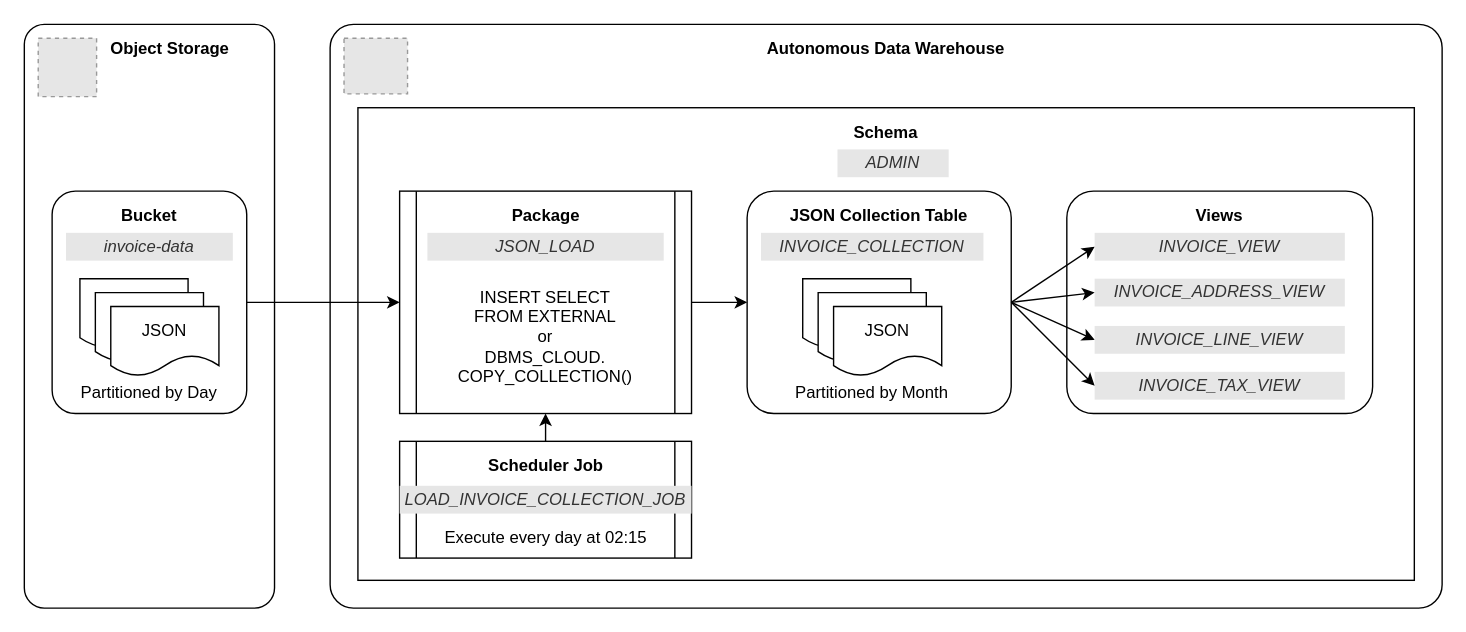
Earlier version of the draw.io diagram page "pipeline" (2 of 4) of images/2024-11-08-json-analysis/2024-11-08-json-analysis.drawio (JakubIllner/jakubillner.github.io). Source tidied: cells renumbered, new cells numbered last; positions are measured from the earlier drawing's top-left corner, leaving out a move shared by most shapes. Both pictures are drawn from the tidied source at 139%, with x=0, y=0 at pixel (24, 24). Pictures stored in the file or linked from it are replaced by grey dashed boxes.
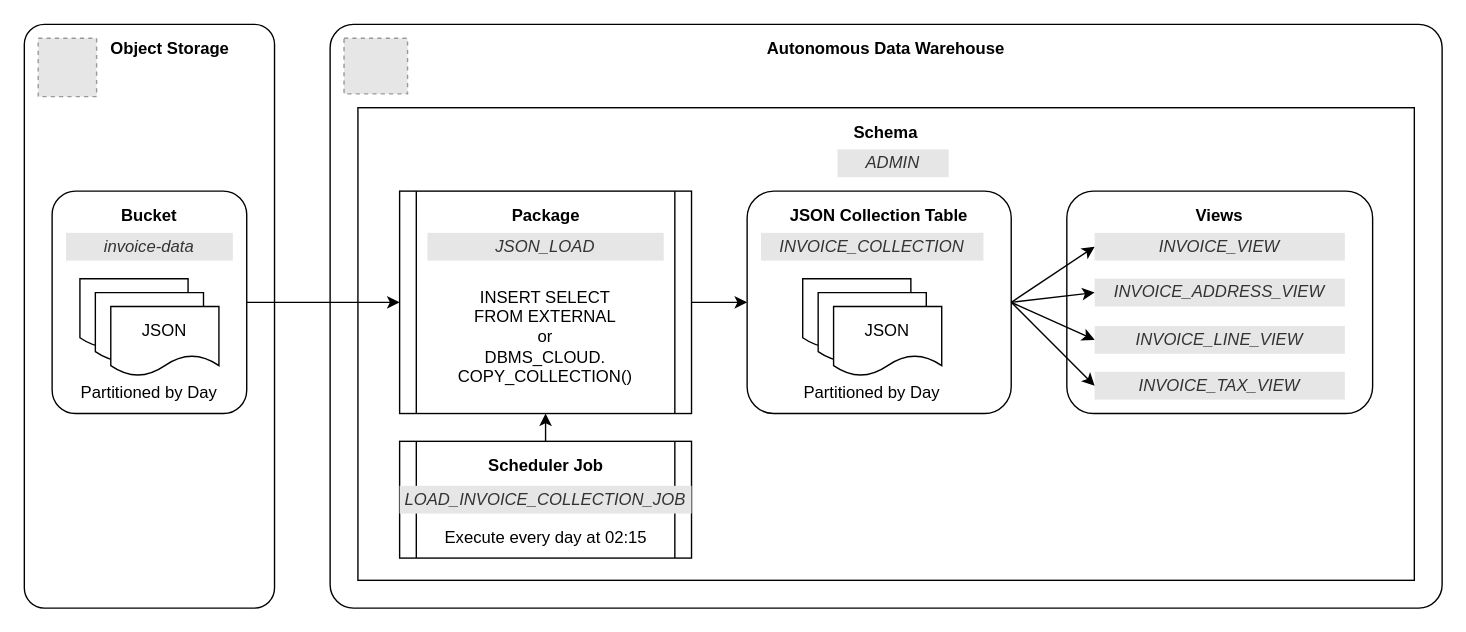
The same diagram, later.

The edit, as a diff of the source:
```diff
@@
-    <mxCell id="38" value="Partitioned by Month" style="text;html=1;align=center;verticalAlign=middle;whiteSpace=wrap;rounded=0;fillColor=none;opacity=60;fontSize=12;fontFamily=Helvetica;" parent="1" vertex="1">
+    <mxCell id="38" value="Partitioned by Day" style="text;html=1;align=center;verticalAlign=middle;whiteSpace=wrap;rounded=0;fillColor=none;opacity=60;fontSize=12;fontFamily=Helvetica;" parent="1" vertex="1">
       <mxGeometry x="545" y="255" width="130" height="20" as="geometry" />
     </mxCell>
```
